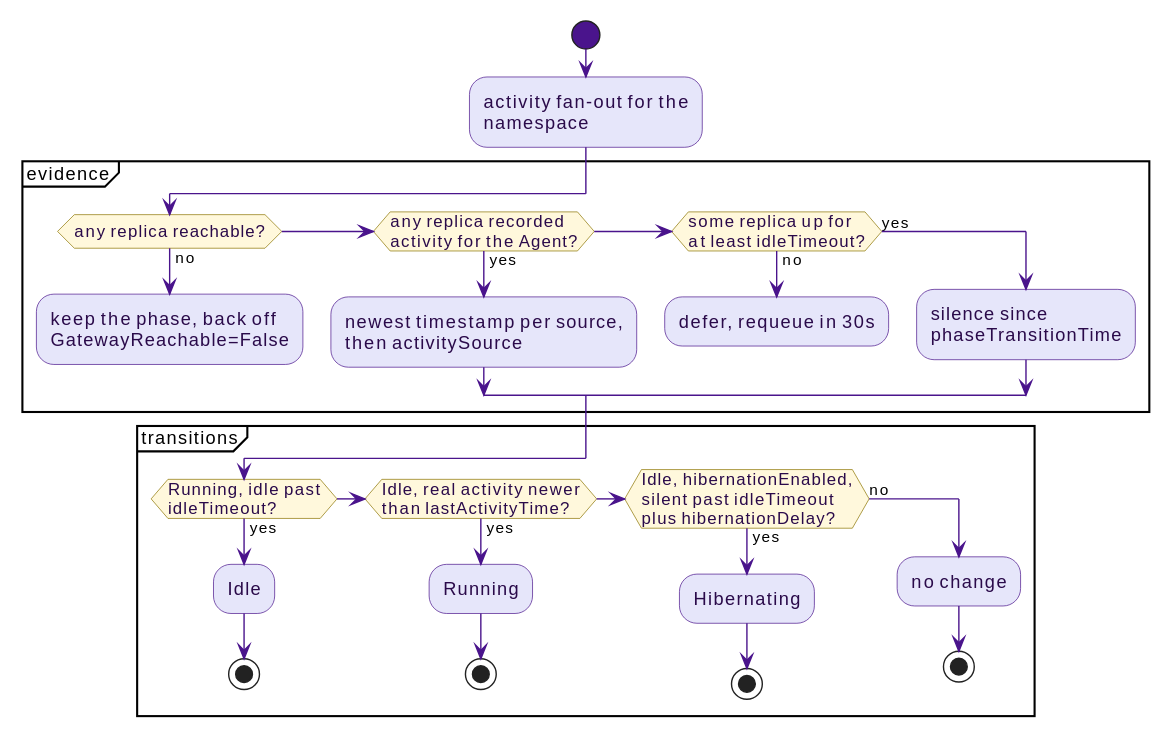
The PlantUML diagram docs/src/diagrams/activity-data-missing.svg in win07xp/kaalm, before a commit.
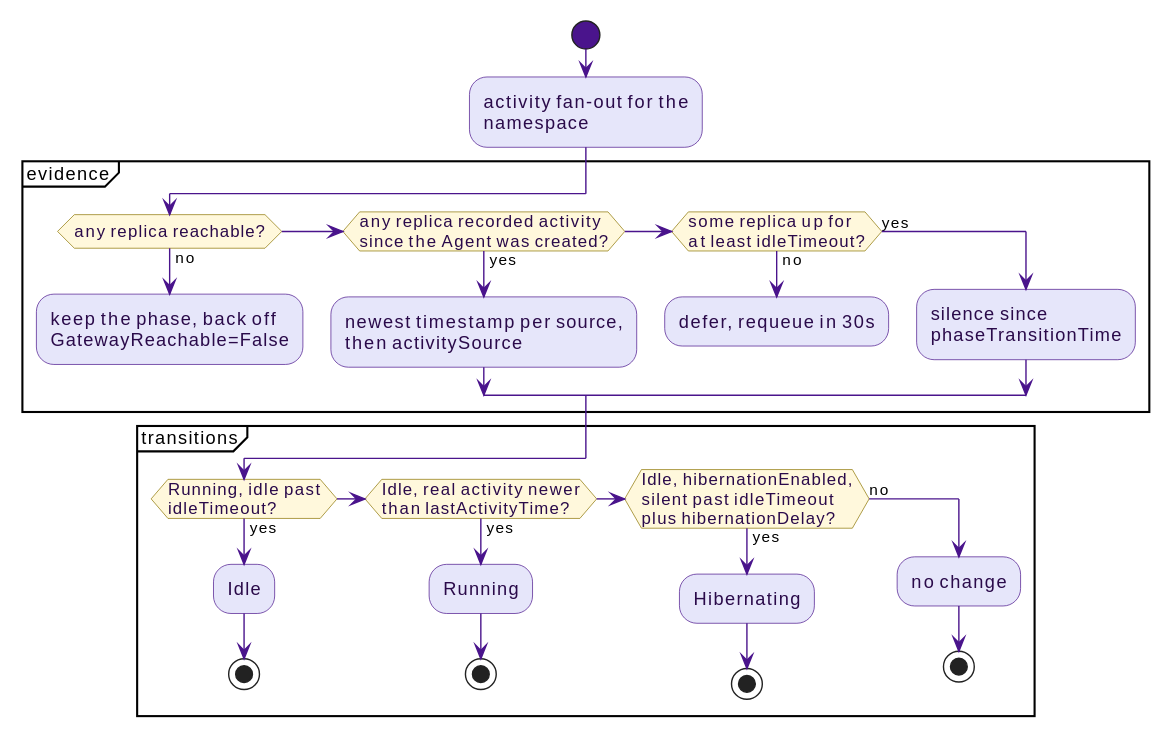
Above is the later version.

Commit message:
docs: ignore activity recorded before the Agent was created

The edit, as a diff of the source:
```diff
@@ -8,7 +8,7 @@
   if (any replica reachable?) then (no)
     :keep the phase, back off\nGatewayReachable=False;
     kill
-  elseif (any replica recorded\nactivity for the Agent?) then (yes)
+  elseif (any replica recorded activity\nsince the Agent was created?) then (yes)
     :newest timestamp per source,\nthen activitySource;
   elseif (some replica up for\nat least idleTimeout?) then (no)
     :defer, requeue in 30s;
```
